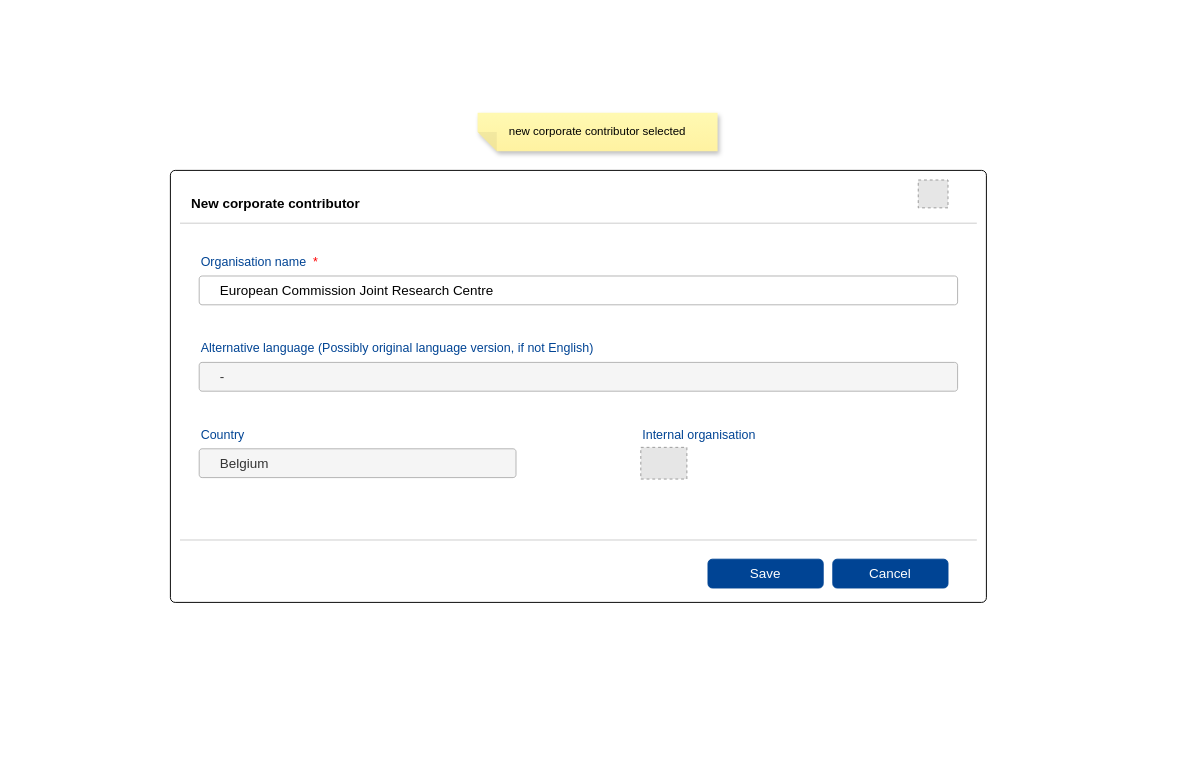
RyszardBudzinski/PUBSY_mockups keeps this draw.io diagram as page "Page-New_corporate _contributor_selected" (8 of 14) of test_corporate_contributors.drawio. Above is the earlier version. Source tidied: cells renumbered, new cells numbered last; positions are measured from the earlier drawing's top-left corner, leaving out a move shared by most shapes. Both pictures are drawn from the tidied source at 96%, with x=0, y=0 at pixel (16, 16). Pictures stored in the file or linked from it are replaced by grey dashed boxes.
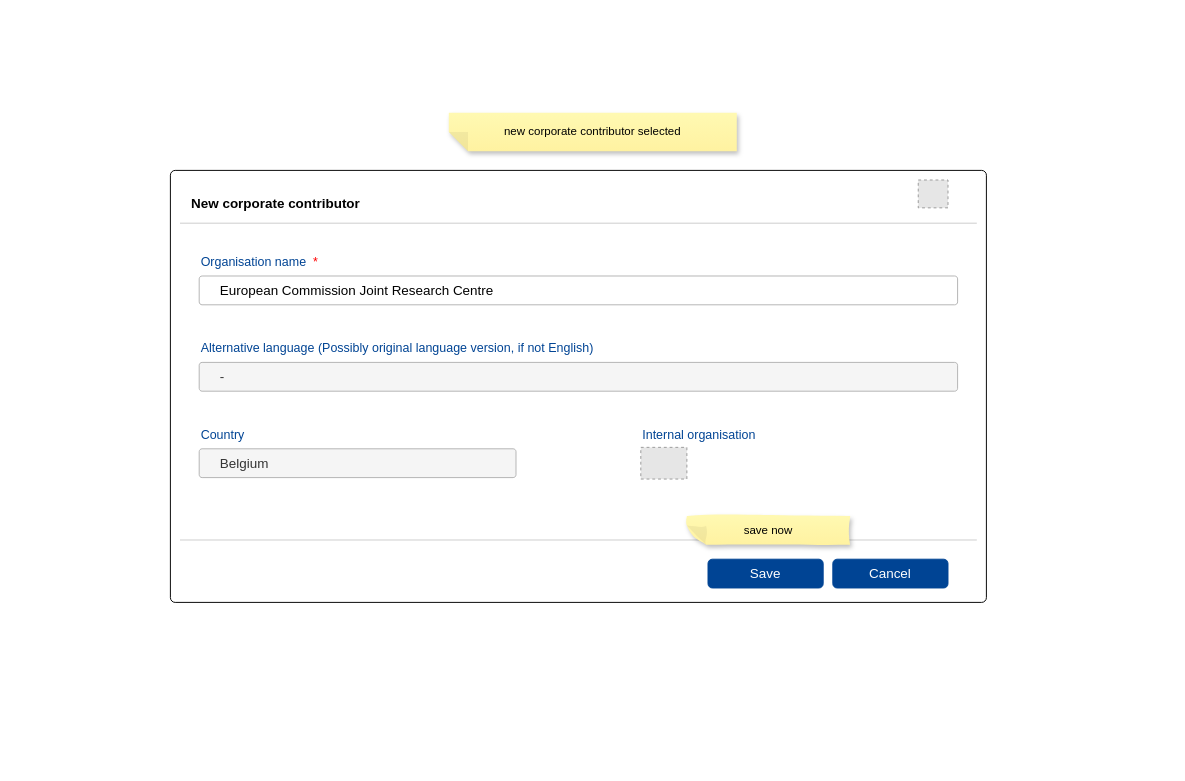
After the change.

The edit, as a diff of the source:
```diff
@@
 <mxGraphModel>
   <root>
     <mxCell id="0" />
     <mxCell id="1" parent="0" />
     <mxCell id="2" style="rounded=0;whiteSpace=wrap;html=1;fillColor=none;strokeColor=none;" parent="1" vertex="1">
       <mxGeometry width="1200" height="780" as="geometry" />
     </mxCell>
     <mxCell id="3" style="rounded=1;whiteSpace=wrap;html=1;arcSize=10;absoluteArcSize=1;" parent="1" vertex="1">
       <mxGeometry x="160" y="160" width="850" height="450" as="geometry" />
     </mxCell>
     <mxCell id="4" value="Belgium" style="verticalLabelPosition=middle;verticalAlign=middle;html=1;shape=mxgraph.basic.rect;fillColor2=none;strokeWidth=1;size=10;indent=5;labelPosition=center;align=left;spacingLeft=20;fontSize=14;rectStyle=rounded;absoluteCornerSize=0;strokeColor=#B3B3B3;fillColor=#f5f5f5;fontColor=#333333;" parent="1" vertex="1">
       <mxGeometry x="190" y="450" width="330" height="30" as="geometry" />
     </mxCell>
     <mxCell id="5" style="line;strokeWidth=1;html=1;strokeColor=#CCCCCC;" parent="1" vertex="1">
       <mxGeometry x="170" y="210" width="830" height="10" as="geometry" />
     </mxCell>
     <mxCell id="6" style="line;strokeWidth=1;html=1;strokeColor=#CCCCCC;" parent="1" vertex="1">
       <mxGeometry x="170" y="540" width="830" height="10" as="geometry" />
     </mxCell>
     <mxCell id="7" value="Cancel" style="rounded=1;whiteSpace=wrap;html=1;fillColor=#004494;fontColor=#ffffff;strokeColor=#004494;glass=0;fontSize=14;" parent="1" vertex="1">
       <mxGeometry x="850" y="565" width="120" height="30" as="geometry" />
     </mxCell>
     <mxCell id="8" value="Save" style="rounded=1;whiteSpace=wrap;html=1;fillColor=#004494;fontColor=#ffffff;strokeColor=#004494;glass=0;fontSize=14;" parent="1" vertex="1">
       <mxGeometry x="720" y="565" width="120" height="30" as="geometry" />
     </mxCell>
     <mxCell id="9" style="fillColor=#E6E6E6;strokeColor=#999999;dashed=1;verticalLabelPosition=bottom;labelBackgroundColor=default;verticalAlign=top;" parent="1" vertex="1">
       <mxGeometry x="939" y="170" width="31" height="29" as="geometry" />
     </mxCell>
     <mxCell id="10" value="New corporate contributor" style="text;strokeColor=none;align=left;fillColor=none;html=1;verticalAlign=middle;whiteSpace=wrap;rounded=0;fontSize=14;fontStyle=1;" parent="1" vertex="1">
       <mxGeometry x="180" y="180" width="190" height="30" as="geometry" />
     </mxCell>
     <mxCell id="11" value="Country" style="text;strokeColor=none;align=left;fillColor=none;html=1;verticalAlign=middle;whiteSpace=wrap;rounded=0;fontColor=#004494;fontStyle=0;fontSize=13;" parent="1" vertex="1">
       <mxGeometry x="190" y="420" width="330" height="30" as="geometry" />
     </mxCell>
     <mxCell id="12" value="-" style="verticalLabelPosition=middle;verticalAlign=middle;html=1;shape=mxgraph.basic.rect;fillColor2=none;strokeWidth=1;size=10;indent=5;labelPosition=center;align=left;spacingLeft=20;fontSize=14;rectStyle=rounded;absoluteCornerSize=0;strokeColor=#B3B3B3;fillColor=#f5f5f5;fontColor=#333333;" parent="1" vertex="1">
       <mxGeometry x="190" y="360" width="790" height="30" as="geometry" />
     </mxCell>
     <mxCell id="13" value="Alternative language (Possibly original language version, if not English)" style="text;strokeColor=none;align=left;fillColor=none;html=1;verticalAlign=middle;whiteSpace=wrap;rounded=0;fontColor=#004494;fontStyle=0;fontSize=13;" parent="1" vertex="1">
       <mxGeometry x="190" y="330" width="500" height="30" as="geometry" />
     </mxCell>
     <mxCell id="14" value="European Commission Joint Research Centre" style="verticalLabelPosition=middle;verticalAlign=middle;html=1;shape=mxgraph.basic.rect;fillColor2=none;strokeWidth=1;size=10;indent=5;labelPosition=center;align=left;spacingLeft=20;fontSize=14;rectStyle=rounded;absoluteCornerSize=0;strokeColor=#B3B3B3;" parent="1" vertex="1">
       <mxGeometry x="190" y="270" width="790" height="30" as="geometry" />
     </mxCell>
     <mxCell id="15" value="Organisation name&amp;nbsp;&amp;nbsp;&lt;font style=&quot;color: rgb(255, 0, 0);&quot;&gt;*&lt;/font&gt;" style="text;strokeColor=none;align=left;fillColor=none;html=1;verticalAlign=middle;whiteSpace=wrap;rounded=0;fontColor=#004494;fontStyle=0;fontSize=13;" parent="1" vertex="1">
       <mxGeometry x="190" y="240" width="500" height="30" as="geometry" />
     </mxCell>
     <mxCell id="16" style="fillColor=#E6E6E6;strokeColor=#999999;dashed=1;verticalLabelPosition=bottom;labelBackgroundColor=default;verticalAlign=top;" parent="1" vertex="1">
       <mxGeometry x="650" y="448.5" width="48" height="33" as="geometry" />
     </mxCell>
     <mxCell id="17" value="Internal organisation" style="text;strokeColor=none;align=left;fillColor=none;html=1;verticalAlign=middle;whiteSpace=wrap;rounded=0;fontColor=#004494;fontStyle=0;fontSize=13;" parent="1" vertex="1">
       <mxGeometry x="650" y="420" width="330" height="30" as="geometry" />
     </mxCell>
     <mxCell id="18" value="new corporate contributor selected" style="shape=note;whiteSpace=wrap;html=1;backgroundOutline=1;fontColor=#000000;darkOpacity=0.05;fillColor=#FFF9B2;strokeColor=none;fillStyle=solid;direction=west;gradientDirection=north;gradientColor=#FFF2A1;shadow=1;size=20;" parent="1" vertex="1">
-      <mxGeometry x="480" y="100" width="250" height="40" as="geometry" />
+      <mxGeometry x="450" y="100" width="300" height="40" as="geometry" />
     </mxCell>
+    <mxCell id="19" value="save now" style="shape=note;whiteSpace=wrap;html=1;backgroundOutline=1;fontColor=#000000;darkOpacity=0.05;fillColor=#FFF9B2;strokeColor=none;fillStyle=solid;direction=west;gradientDirection=north;gradientColor=#FFF2A1;shadow=1;size=20;sketch=1;curveFitting=1;jiggle=2;" parent="1" vertex="1">
+      <mxGeometry x="698" y="520" width="170" height="30" as="geometry" />
+    </mxCell>
   </root>
 </mxGraphModel>
```
